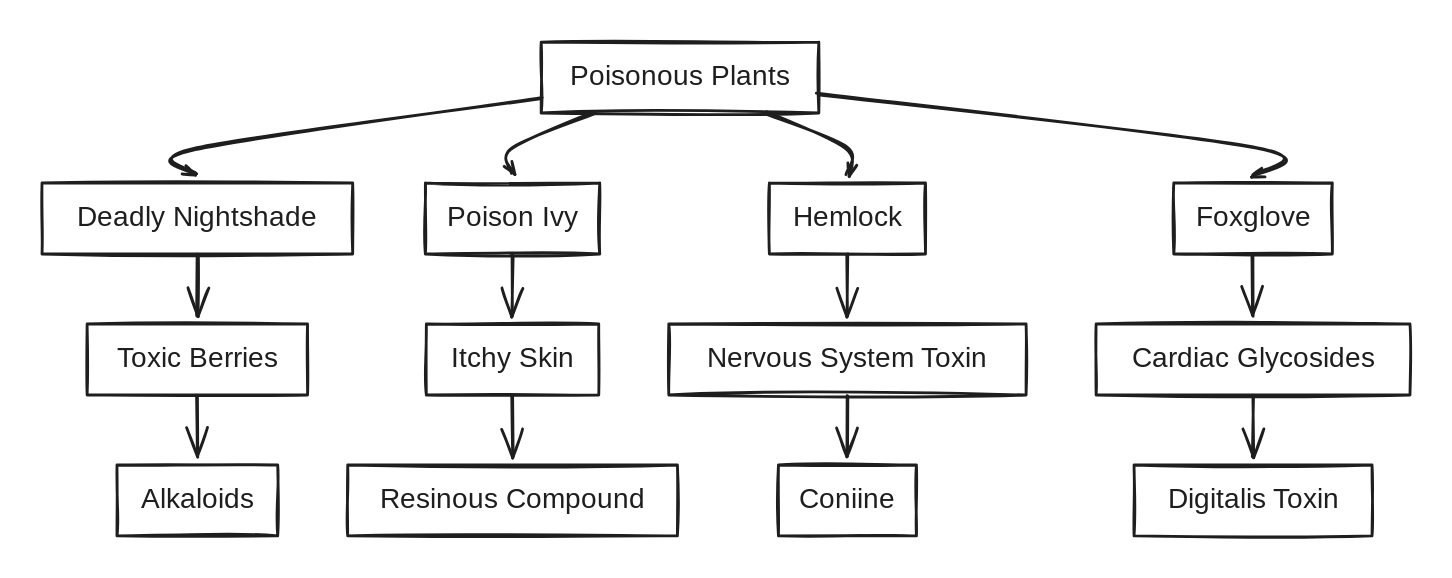
aikoii/testrepoGitBook keeps this Excalidraw diagram as .gitbook/assets/file.excalidraw.svg. Above is the earlier version. Source tidied: one line per element, renumbered; positions are measured from the earlier drawing's top-left corner, leaving out a move shared by most shapes. The source it was exported from:
```json
{"id": 0, "type": "rectangle", "strokeColor": "#1e1e1e", "strokeWidth": 2, "roughness": 1, "x": 357, "y": 0, "width": 198, "height": 51}
{"id": 1, "type": "rectangle", "strokeColor": "#1e1e1e", "strokeWidth": 2, "roughness": 1, "x": 0, "y": 101, "width": 222, "height": 51}
{"id": 2, "type": "rectangle", "strokeColor": "#1e1e1e", "strokeWidth": 2, "roughness": 1, "x": 274, "y": 101, "width": 125, "height": 51}
{"id": 3, "type": "rectangle", "strokeColor": "#1e1e1e", "strokeWidth": 2, "roughness": 1, "x": 520, "y": 101, "width": 112, "height": 51}
{"id": 4, "type": "rectangle", "strokeColor": "#1e1e1e", "strokeWidth": 2, "roughness": 1, "x": 808, "y": 101, "width": 113, "height": 51}
{"id": 5, "type": "rectangle", "strokeColor": "#1e1e1e", "strokeWidth": 2, "roughness": 1, "x": 32, "y": 201, "width": 157, "height": 51}
{"id": 6, "type": "rectangle", "strokeColor": "#1e1e1e", "strokeWidth": 2, "roughness": 1, "x": 275, "y": 201, "width": 123, "height": 51}
{"id": 7, "type": "rectangle", "strokeColor": "#1e1e1e", "strokeWidth": 2, "roughness": 1, "x": 448, "y": 201, "width": 255, "height": 51}
{"id": 8, "type": "rectangle", "strokeColor": "#1e1e1e", "strokeWidth": 2, "roughness": 1, "x": 753, "y": 201, "width": 224, "height": 51}
{"id": 9, "type": "rectangle", "strokeColor": "#1e1e1e", "strokeWidth": 2, "roughness": 1, "x": 54, "y": 302, "width": 115, "height": 51}
{"id": 10, "type": "rectangle", "strokeColor": "#1e1e1e", "strokeWidth": 2, "roughness": 1, "x": 218, "y": 302, "width": 236, "height": 51}
{"id": 11, "type": "rectangle", "strokeColor": "#1e1e1e", "strokeWidth": 2, "roughness": 1, "x": 526, "y": 302, "width": 99, "height": 51}
{"id": 12, "type": "rectangle", "strokeColor": "#1e1e1e", "strokeWidth": 2, "roughness": 1, "x": 780, "y": 302, "width": 170, "height": 51}
{"id": 13, "type": "arrow", "strokeColor": "#1e1e1e", "strokeWidth": 2, "roughness": 1, "endArrowhead": "arrow", "round": true, "from": 0, "to": 1, "x": 357, "y": 40, "width": 246, "height": 56, "points": [[0, 0], [-246, 35], [-246, 55]]}
{"id": 14, "type": "arrow", "strokeColor": "#1e1e1e", "strokeWidth": 2, "roughness": 1, "endArrowhead": "arrow", "round": true, "from": 0, "to": 2, "x": 396, "y": 51, "width": 59, "height": 45, "points": [[0, 0], [-59, 24], [-59, 44]]}
{"id": 15, "type": "arrow", "strokeColor": "#1e1e1e", "strokeWidth": 2, "roughness": 1, "endArrowhead": "arrow", "round": true, "from": 0, "to": 3, "x": 516, "y": 51, "width": 59, "height": 45, "points": [[0, 0], [59, 24], [59, 44]]}
{"id": 16, "type": "arrow", "strokeColor": "#1e1e1e", "strokeWidth": 2, "roughness": 1, "endArrowhead": "arrow", "round": true, "from": 0, "to": 4, "x": 555, "y": 38, "width": 310, "height": 58, "points": [[0, 0], [310, 38], [310, 57]]}
{"id": 17, "type": "arrow", "strokeColor": "#1e1e1e", "strokeWidth": 2, "roughness": 1, "endArrowhead": "arrow", "round": true, "from": 1, "to": 5, "x": 111, "y": 152, "width": 0, "height": 45, "points": [[0, 0], [0, 44]]}
{"id": 18, "type": "arrow", "strokeColor": "#1e1e1e", "strokeWidth": 2, "roughness": 1, "endArrowhead": "arrow", "round": true, "from": 2, "to": 6, "x": 336, "y": 152, "width": 0, "height": 45, "points": [[0, 0], [0, 44]]}
{"id": 19, "type": "arrow", "strokeColor": "#1e1e1e", "strokeWidth": 2, "roughness": 1, "endArrowhead": "arrow", "round": true, "from": 3, "to": 7, "x": 575, "y": 152, "width": 0, "height": 45, "points": [[0, 0], [0, 44]]}
{"id": 20, "type": "arrow", "strokeColor": "#1e1e1e", "strokeWidth": 2, "roughness": 1, "endArrowhead": "arrow", "round": true, "from": 4, "to": 8, "x": 865, "y": 152, "width": 0, "height": 45, "points": [[0, 0], [0, 44]]}
{"id": 21, "type": "arrow", "strokeColor": "#1e1e1e", "strokeWidth": 2, "roughness": 1, "endArrowhead": "arrow", "round": true, "from": 5, "to": 9, "x": 111, "y": 253, "width": 0, "height": 45, "points": [[0, 0], [0, 44]]}
{"id": 22, "type": "arrow", "strokeColor": "#1e1e1e", "strokeWidth": 2, "roughness": 1, "endArrowhead": "arrow", "round": true, "from": 6, "to": 10, "x": 336, "y": 253, "width": 0, "height": 45, "points": [[0, 0], [0, 44]]}
{"id": 23, "type": "arrow", "strokeColor": "#1e1e1e", "strokeWidth": 2, "roughness": 1, "endArrowhead": "arrow", "round": true, "from": 7, "to": 11, "x": 575, "y": 253, "width": 0, "height": 45, "points": [[0, 0], [0, 44]]}
{"id": 24, "type": "arrow", "strokeColor": "#1e1e1e", "strokeWidth": 2, "roughness": 1, "endArrowhead": "arrow", "round": true, "from": 8, "to": 12, "x": 865, "y": 253, "width": 0, "height": 45, "points": [[0, 0], [0, 44]]}
{"id": 25, "type": "text", "text": "Poisonous Plants", "strokeColor": "#1e1e1e", "strokeWidth": 2, "roughness": 1, "fontSize": 20, "fontFamily": 1, "textAlign": "center", "verticalAlign": "middle", "inside": 0, "x": 388, "y": 13, "width": 136, "height": 25}
{"id": 26, "type": "text", "text": "Deadly Nightshade", "strokeColor": "#1e1e1e", "strokeWidth": 2, "roughness": 1, "fontSize": 20, "fontFamily": 1, "textAlign": "center", "verticalAlign": "middle", "inside": 1, "x": 34, "y": 114, "width": 154, "height": 25}
{"id": 27, "type": "text", "text": "Poison Ivy", "strokeColor": "#1e1e1e", "strokeWidth": 2, "roughness": 1, "fontSize": 20, "fontFamily": 1, "textAlign": "center", "verticalAlign": "middle", "inside": 2, "x": 293, "y": 114, "width": 86, "height": 25}
{"id": 28, "type": "text", "text": "Hemlock", "strokeColor": "#1e1e1e", "strokeWidth": 2, "roughness": 1, "fontSize": 20, "fontFamily": 1, "textAlign": "center", "verticalAlign": "middle", "inside": 3, "x": 539, "y": 114, "width": 73, "height": 25}
{"id": 29, "type": "text", "text": "Foxglove", "strokeColor": "#1e1e1e", "strokeWidth": 2, "roughness": 1, "fontSize": 20, "fontFamily": 1, "textAlign": "center", "verticalAlign": "middle", "inside": 4, "x": 827, "y": 114, "width": 76, "height": 25}
{"id": 30, "type": "text", "text": "Toxic Berries", "strokeColor": "#1e1e1e", "strokeWidth": 2, "roughness": 1, "fontSize": 20, "fontFamily": 1, "textAlign": "center", "verticalAlign": "middle", "inside": 5, "x": 57, "y": 214, "width": 108, "height": 25}
{"id": 31, "type": "text", "text": "Itchy Skin", "strokeColor": "#1e1e1e", "strokeWidth": 2, "roughness": 1, "fontSize": 20, "fontFamily": 1, "textAlign": "center", "verticalAlign": "middle", "inside": 6, "x": 295, "y": 214, "width": 83, "height": 25}
{"id": 32, "type": "text", "text": "Nervous System Toxin", "strokeColor": "#1e1e1e", "strokeWidth": 2, "roughness": 1, "fontSize": 20, "fontFamily": 1, "textAlign": "center", "verticalAlign": "middle", "inside": 7, "x": 484, "y": 214, "width": 183, "height": 25}
{"id": 33, "type": "text", "text": "Cardiac Glycosides", "strokeColor": "#1e1e1e", "strokeWidth": 2, "roughness": 1, "fontSize": 20, "fontFamily": 1, "textAlign": "center", "verticalAlign": "middle", "inside": 8, "x": 787, "y": 214, "width": 156, "height": 25}
{"id": 34, "type": "text", "text": "Alkaloids", "strokeColor": "#1e1e1e", "strokeWidth": 2, "roughness": 1, "fontSize": 20, "fontFamily": 1, "textAlign": "center", "verticalAlign": "middle", "inside": 9, "x": 72, "y": 315, "width": 78, "height": 25}
{"id": 35, "type": "text", "text": "Resinous Compound", "strokeColor": "#1e1e1e", "strokeWidth": 2, "roughness": 1, "fontSize": 20, "fontFamily": 1, "textAlign": "center", "verticalAlign": "middle", "inside": 10, "x": 253, "y": 315, "width": 167, "height": 25}
{"id": 36, "type": "text", "text": "Coniine", "strokeColor": "#1e1e1e", "strokeWidth": 2, "roughness": 1, "fontSize": 20, "fontFamily": 1, "textAlign": "center", "verticalAlign": "middle", "inside": 11, "x": 544, "y": 315, "width": 63, "height": 25}
{"id": 37, "type": "text", "text": "Digitalis Toxin", "strokeColor": "#1e1e1e", "strokeWidth": 2, "roughness": 1, "fontSize": 20, "fontFamily": 1, "textAlign": "center", "verticalAlign": "middle", "inside": 12, "x": 805, "y": 315, "width": 120, "height": 25}
```
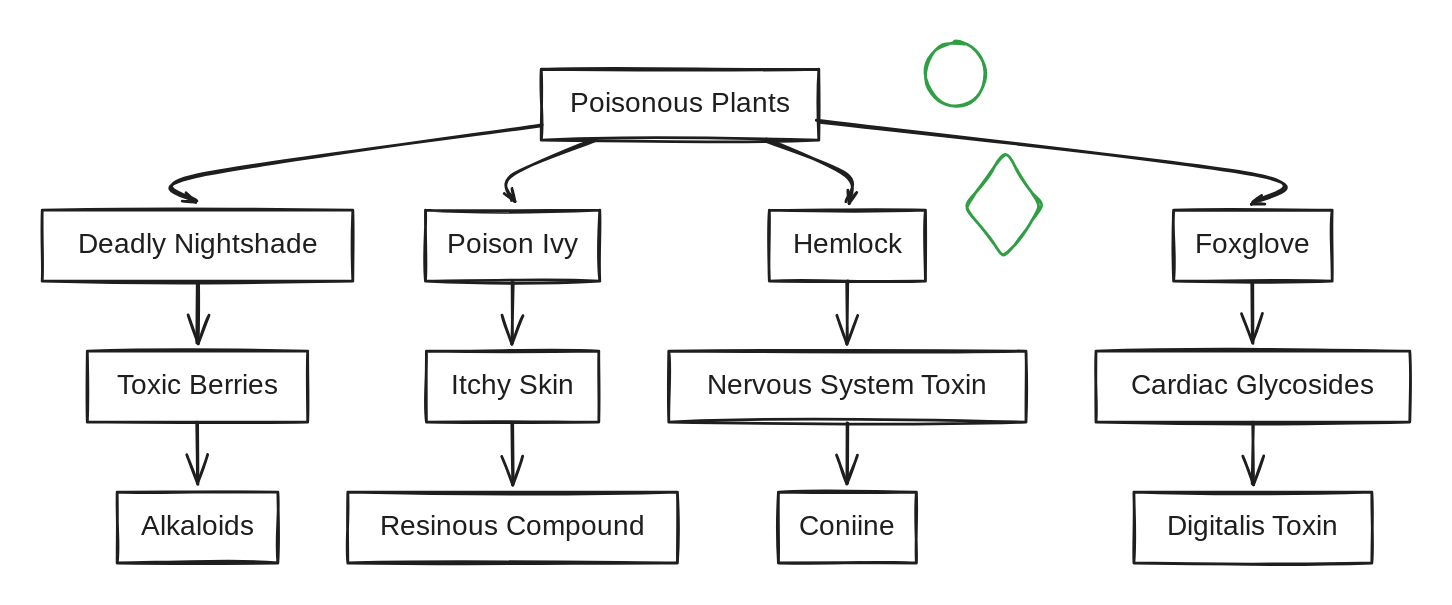
Above is the later version.

Change to the diagram source:
```diff
@@ -36,3 +36,5 @@
 {"id": 35, "type": "text", "text": "Resinous Compound", "strokeColor": "#1e1e1e", "strokeWidth": 2, "roughness": 1, "fontSize": 20, "fontFamily": 1, "textAlign": "center", "verticalAlign": "middle", "inside": 10, "x": 253, "y": 315, "width": 167, "height": 25}
 {"id": 36, "type": "text", "text": "Coniine", "strokeColor": "#1e1e1e", "strokeWidth": 2, "roughness": 1, "fontSize": 20, "fontFamily": 1, "textAlign": "center", "verticalAlign": "middle", "inside": 11, "x": 544, "y": 315, "width": 63, "height": 25}
 {"id": 37, "type": "text", "text": "Digitalis Toxin", "strokeColor": "#1e1e1e", "strokeWidth": 2, "roughness": 1, "fontSize": 20, "fontFamily": 1, "textAlign": "center", "verticalAlign": "middle", "inside": 12, "x": 805, "y": 315, "width": 120, "height": 25}
+{"id": 38, "type": "ellipse", "strokeColor": "#2f9e44", "strokeWidth": 2, "roughness": 1, "round": true, "x": 631, "y": -19, "width": 43, "height": 46}
+{"id": 39, "type": "diamond", "strokeColor": "#2f9e44", "strokeWidth": 2, "roughness": 1, "round": true, "x": 660, "y": 59, "width": 55, "height": 76}
```
